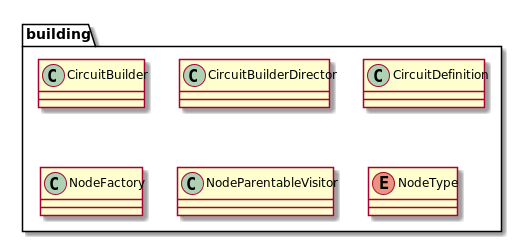
Earlier version of the PlantUML export docs/diagrams/build/dkdCoreBuilding.png (stevenliebregt/avans-dp1-sirkwie).
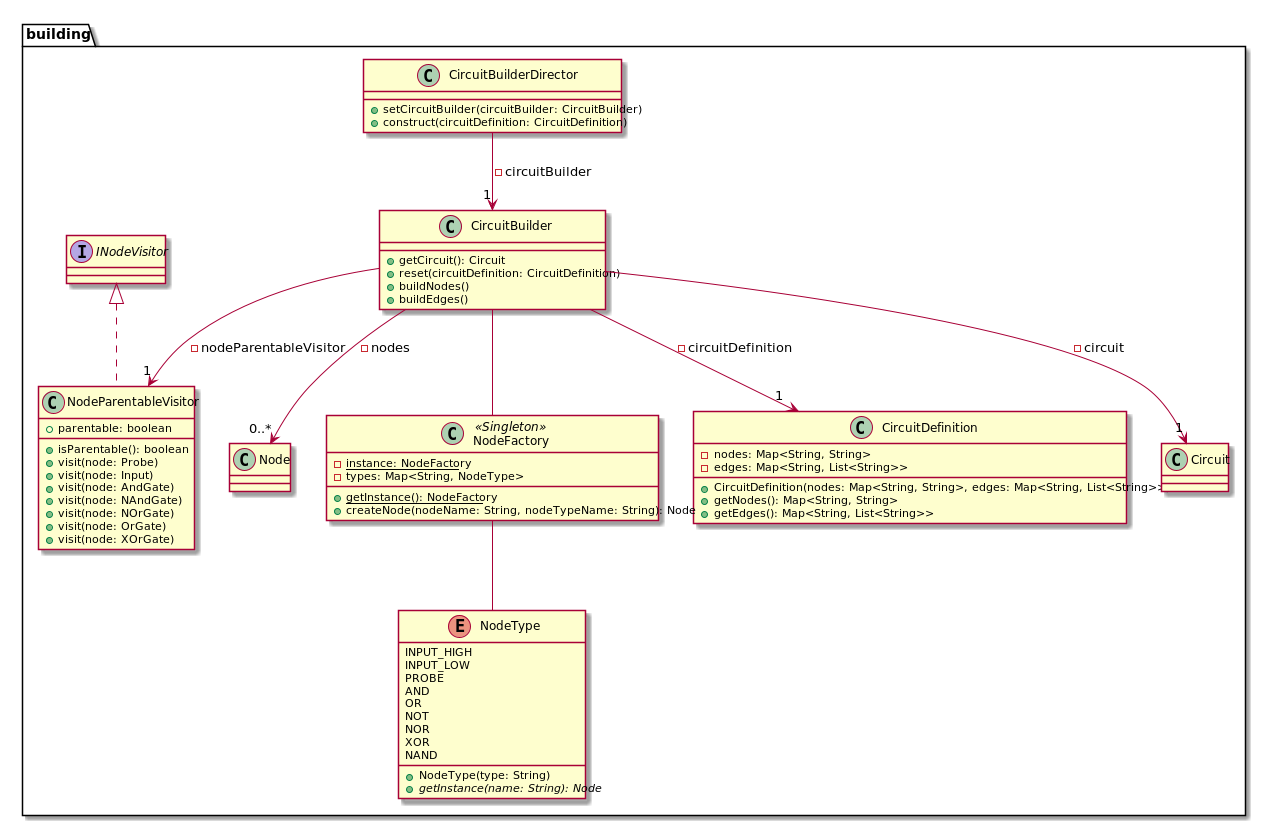
Later version of the same file.

The edit, as a diff of the source:
```diff
@@ -2,27 +2,67 @@
 
 package building {
     class CircuitBuilder {
+        +getCircuit(): Circuit
+        +reset(circuitDefinition: CircuitDefinition)
+        +buildNodes()
+        +buildEdges()
+    }
+    CircuitBuilder --> "1" CircuitDefinition : -circuitDefinition
+    CircuitBuilder --> "1" Circuit : -circuit
+    CircuitBuilder --> "0..*" Node : -nodes
+    CircuitBuilder --> "1" NodeParentableVisitor : -nodeParentableVisitor
+    CircuitBuilder -- NodeFactory
 
+    class CircuitBuilderDirector {
+       +setCircuitBuilder(circuitBuilder: CircuitBuilder)
+       +construct(circuitDefinition: CircuitDefinition)
+    }
+    CircuitBuilderDirector --> "1" CircuitBuilder : -circuitBuilder
+
+    class CircuitDefinition {
+        -nodes: Map<String, String>
+        -edges: Map<String, List<String>>
+
+        +CircuitDefinition(nodes: Map<String, String>, edges: Map<String, List<String>>)
+        +getNodes(): Map<String, String>
+        +getEdges(): Map<String, List<String>>
     }
 
-    class CircuitBuilderDirector {
+    class NodeFactory <<Singleton>> {
+        -{static}instance: NodeFactory
+        -types: Map<String, NodeType>
 
+        +{static}getInstance(): NodeFactory
+        +createNode(nodeName: String, nodeTypeName: String): Node
     }
+    NodeFactory -- NodeType
 
-    class CircuitDefinition {
+    class NodeParentableVisitor implements INodeVisitor {
+        +parentable: boolean
 
-    }
-
-    class NodeFactory {
-
-    }
-
-    class NodeParentableVisitor {
-
+        +isParentable(): boolean
+        +visit(node: Probe)
+        +visit(node: Input)
+        +visit(node: AndGate)
+        +visit(node: NAndGate)
+        +visit(node: NOrGate)
+        +visit(node: OrGate)
+        +visit(node: XOrGate)
     }
 
     enum NodeType {
+        INPUT_HIGH
+        INPUT_LOW
+        PROBE
+        AND
+        OR
+        NOT
+        NOR
+        XOR
+        NAND
 
+        +NodeType(type: String)
+        +{abstract}getInstance(name: String): Node
     }
 }
 
```
